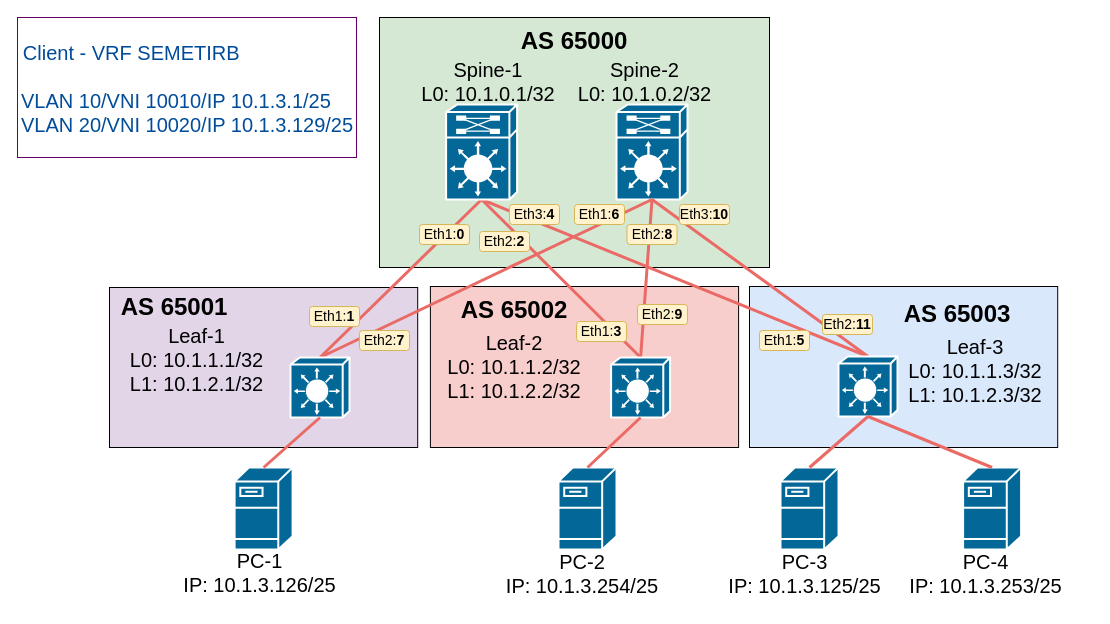
The draw.io diagram lab_07/dz-7_topo_VxLAN_M-LAG.drawio in Tema-sudo/OTUS_DC_network_design, before the edit. Source tidied: cells renumbered, new cells numbered last; positions are measured from the earlier drawing's top-left corner, leaving out a move shared by most shapes. Both pictures are drawn from the tidied source at 100%, with x=0, y=0 at pixel (17, 17).
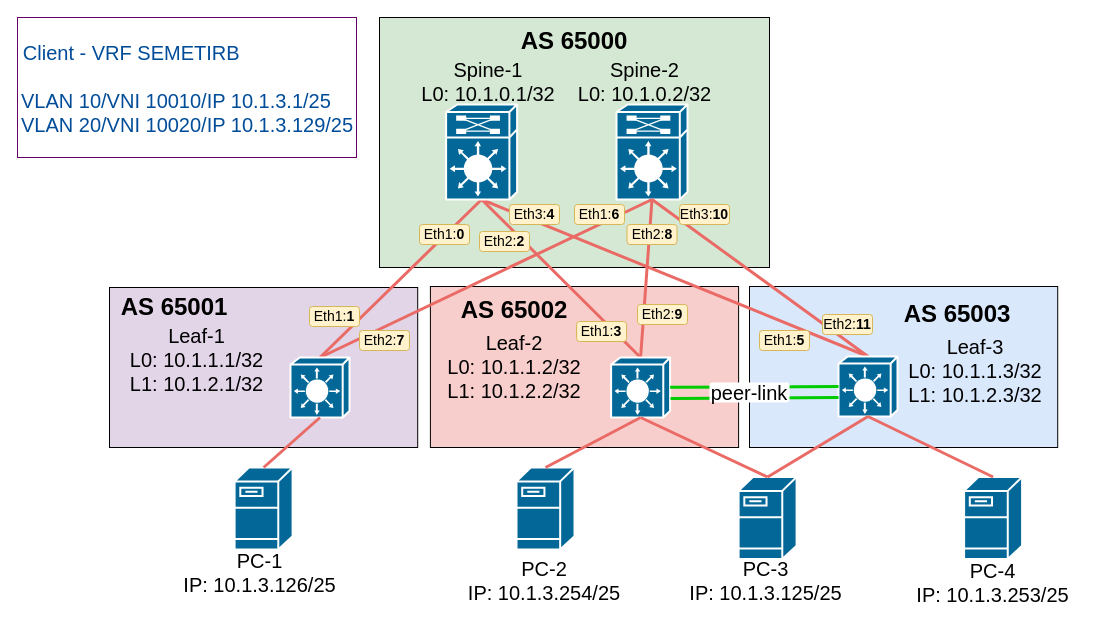
Above is the later version.

Unchanged cells that the change refers to:
```xml
<mxCell id="36" style="shape=mxgraph.cisco.switches.layer_3_switch;sketch=0;html=1;dashed=0;fillColor=#036897;strokeColor=#ffffff;strokeWidth=2;verticalLabelPosition=bottom;verticalAlign=top;align=center;outlineConnect=0;hachureGap=4;jiggle=2;curveFitting=1;fontFamily=Architects Daughter;fontSize=20;" parent="1" vertex="1">
  <mxGeometry x="593.6" y="340" width="59" height="60" as="geometry" />
</mxCell>
<mxCell id="37" style="shape=mxgraph.cisco.switches.layer_3_switch;sketch=0;html=1;dashed=0;fillColor=#036897;strokeColor=#ffffff;strokeWidth=2;verticalLabelPosition=bottom;verticalAlign=top;align=center;outlineConnect=0;hachureGap=4;jiggle=2;curveFitting=1;fontFamily=Architects Daughter;fontSize=20;" parent="1" vertex="1">
  <mxGeometry x="821" y="339" width="59" height="60" as="geometry" />
</mxCell>
```

Change to the diagram source:
```diff
@@
     <mxCell id="39" style="shape=mxgraph.cisco.servers.fileserver;sketch=0;html=1;dashed=0;fillColor=#036897;strokeColor=#ffffff;strokeWidth=2;verticalLabelPosition=bottom;verticalAlign=top;align=center;outlineConnect=0;" parent="1" vertex="1">
-      <mxGeometry x="541" y="450" width="58" height="82" as="geometry" />
+      <mxGeometry x="499" y="450" width="58" height="82" as="geometry" />
     </mxCell>
     <mxCell id="40" style="shape=mxgraph.cisco.servers.fileserver;sketch=0;html=1;dashed=0;fillColor=#036897;strokeColor=#ffffff;strokeWidth=2;verticalLabelPosition=bottom;verticalAlign=top;align=center;outlineConnect=0;" parent="1" vertex="1">
-      <mxGeometry x="763" y="450" width="58" height="82" as="geometry" />
+      <mxGeometry x="721.1" y="459.5" width="58" height="82" as="geometry" />
     </mxCell>
@@
     <mxCell id="45" value="PC-2&lt;br&gt;IP: 10.1.3.254/25" style="text;html=1;strokeColor=none;fillColor=none;align=center;verticalAlign=middle;whiteSpace=wrap;rounded=0;fontSize=20;fontFamily=Helvetica;horizontal=1;" parent="1" vertex="1">
-      <mxGeometry x="485" y="541.5" width="160" height="28" as="geometry" />
+      <mxGeometry x="447" y="549" width="160" height="28" as="geometry" />
     </mxCell>
     <mxCell id="46" value="PC-3&lt;br&gt;IP: 10.1.3.125/25" style="text;html=1;strokeColor=none;fillColor=none;align=center;verticalAlign=middle;whiteSpace=wrap;rounded=0;fontSize=20;fontFamily=Helvetica;horizontal=1;" parent="1" vertex="1">
-      <mxGeometry x="700.5" y="543.5" width="173" height="25" as="geometry" />
+      <mxGeometry x="662" y="550" width="173" height="25" as="geometry" />
     </mxCell>
     <mxCell id="47" style="shape=mxgraph.cisco.servers.fileserver;sketch=0;html=1;dashed=0;fillColor=#036897;strokeColor=#ffffff;strokeWidth=2;verticalLabelPosition=bottom;verticalAlign=top;align=center;outlineConnect=0;" parent="1" vertex="1">
-      <mxGeometry x="945.6" y="450" width="58" height="82" as="geometry" />
+      <mxGeometry x="946.6" y="459.5" width="58" height="82" as="geometry" />
     </mxCell>
     <mxCell id="48" value="PC-4&lt;br&gt;IP: 10.1.3.253/25" style="text;html=1;strokeColor=none;fillColor=none;align=center;verticalAlign=middle;whiteSpace=wrap;rounded=0;fontSize=20;fontFamily=Helvetica;horizontal=1;" parent="1" vertex="1">
-      <mxGeometry x="888.1" y="542" width="161" height="28" as="geometry" />
+      <mxGeometry x="895.1" y="551" width="161" height="28" as="geometry" />
     </mxCell>
@@
+    <mxCell id="53" style="edgeStyle=none;rounded=0;hachureGap=4;jettySize=auto;html=1;fontFamily=Architects Daughter;fontSize=16;strokeColor=#EA6B66;endArrow=none;endFill=0;strokeWidth=3;entryX=0.5;entryY=0;entryDx=0;entryDy=0;entryPerimeter=0;exitX=0.5;exitY=1;exitDx=0;exitDy=0;exitPerimeter=0;" parent="1" edge="1" source="36" target="40">
+      <mxGeometry relative="1" as="geometry" />
+    </mxCell>
+    <mxCell id="54" style="edgeStyle=none;rounded=0;hachureGap=4;jettySize=auto;html=1;fontFamily=Architects Daughter;fontSize=16;strokeColor=#00CC00;endArrow=none;endFill=0;strokeWidth=3;entryX=0;entryY=0.5;entryDx=0;entryDy=0;entryPerimeter=0;" parent="1" edge="1" source="36" target="37">
+      <mxGeometry relative="1" as="geometry" />
+    </mxCell>
+    <mxCell id="55" style="edgeStyle=none;rounded=0;hachureGap=4;orthogonalLoop=1;jettySize=auto;html=1;fontFamily=Architects Daughter;fontSize=16;strokeColor=#00CC00;endArrow=none;endFill=0;strokeWidth=3;entryX=0;entryY=0.5;entryDx=0;entryDy=0;entryPerimeter=0;" parent="1" edge="1">
+      <mxGeometry relative="1" as="geometry">
+        <mxPoint x="653" y="381" as="sourcePoint" />
+        <mxPoint x="821" y="380" as="targetPoint" />
+      </mxGeometry>
+    </mxCell>
+    <mxCell id="56" value="peer-link" style="text;html=1;strokeColor=none;fillColor=default;align=center;verticalAlign=middle;whiteSpace=wrap;rounded=1;fontSize=20;fontFamily=Helvetica;horizontal=1;gradientColor=none;fillStyle=auto;glass=0;" parent="1" vertex="1">
+      <mxGeometry x="692" y="365" width="80" height="20" as="geometry" />
+    </mxCell>
```
